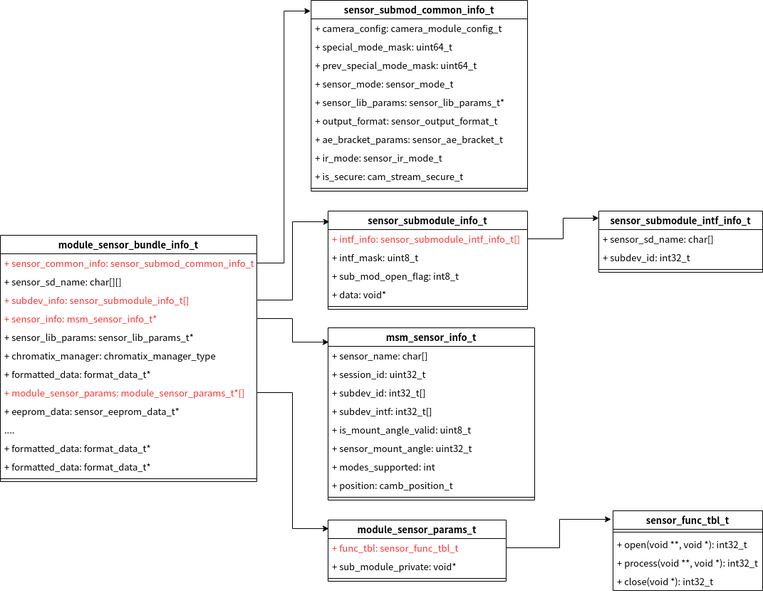
Before: qcom module_sensor_bundle_info_t.png, a diagram exported from draw.io (zhangmeizhen/test2). Source tidied: cells renumbered, new cells last; positions are measured from the earlier drawing's top-left corner, leaving out a move shared by most shapes.
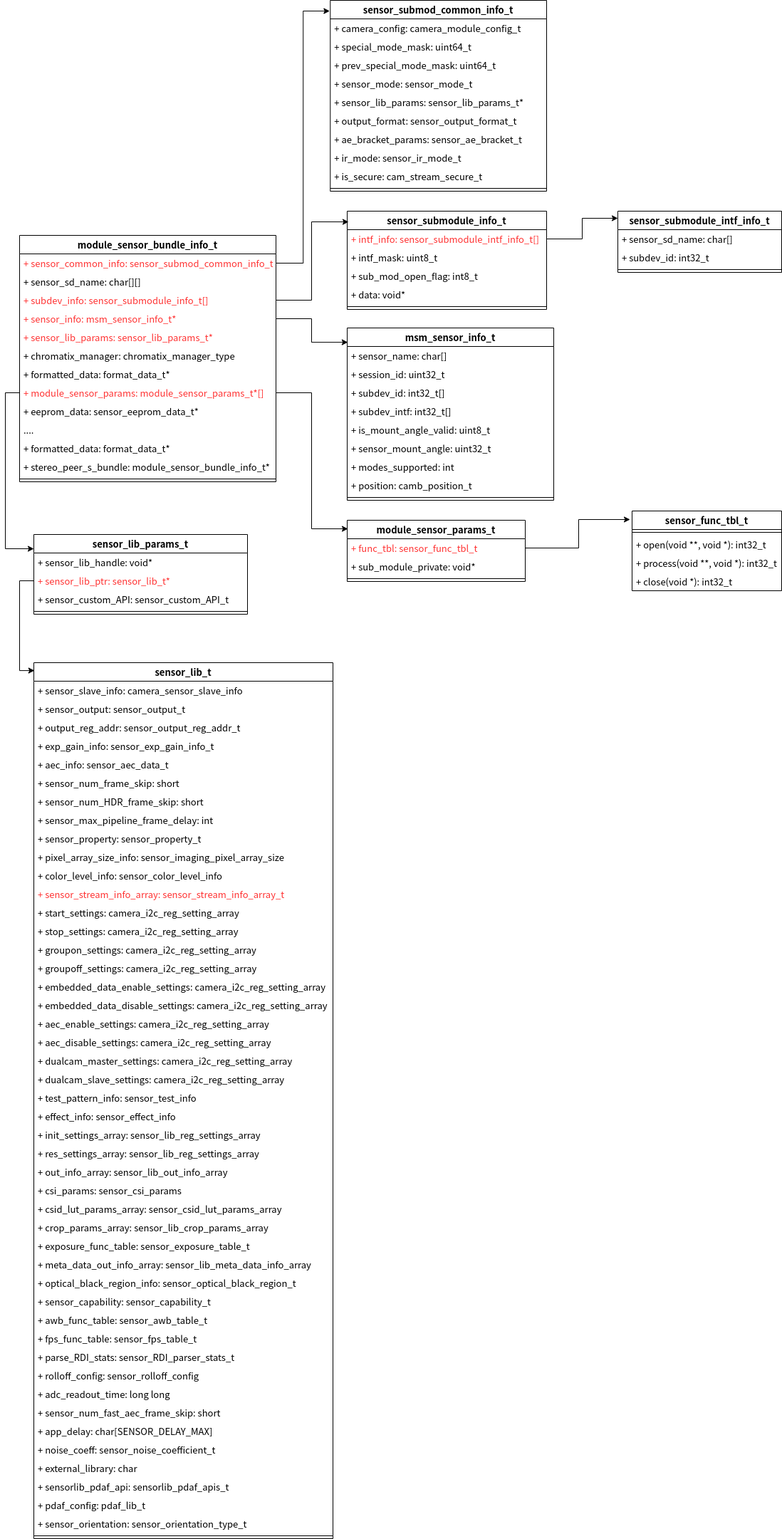
After the commit.

Change to the diagram source:
```diff
@@ -17,7 +17,7 @@
     <mxCell id="6" value="+ sensor_info: msm_sensor_info_t*" style="text;strokeColor=none;fillColor=none;align=left;verticalAlign=top;spacingLeft=4;spacingRight=4;overflow=hidden;points=[[0,0.5],[1,0.5]];portConstraint=eastwest;fontSize=13;fontColor=#FF3333;" parent="2" vertex="1">
       <mxGeometry y="104" width="360" height="26" as="geometry" />
     </mxCell>
-    <mxCell id="7" value="+ sensor_lib_params: sensor_lib_params_t*" style="text;strokeColor=none;fillColor=none;align=left;verticalAlign=top;spacingLeft=4;spacingRight=4;overflow=hidden;fontSize=13;" parent="2" vertex="1">
+    <mxCell id="7" value="+ sensor_lib_params: sensor_lib_params_t*" style="text;strokeColor=none;fillColor=none;align=left;verticalAlign=top;spacingLeft=4;spacingRight=4;overflow=hidden;fontSize=13;fontColor=#FF3333;" parent="2" vertex="1">
       <mxGeometry y="130" width="360" height="26" as="geometry" />
     </mxCell>
     <mxCell id="8" value="+ chromatix_manager: chromatix_manager_type" style="text;strokeColor=none;fillColor=none;align=left;verticalAlign=top;spacingLeft=4;spacingRight=4;overflow=hidden;fontSize=13;" parent="2" vertex="1">
@@ -38,7 +38,7 @@
     <mxCell id="13" value="+ formatted_data: format_data_t*" style="text;strokeColor=none;fillColor=none;align=left;verticalAlign=top;spacingLeft=4;spacingRight=4;overflow=hidden;fontSize=13;" parent="2" vertex="1">
       <mxGeometry y="286" width="360" height="26" as="geometry" />
     </mxCell>
-    <mxCell id="14" value="+ formatted_data: format_data_t*" style="text;strokeColor=none;fillColor=none;align=left;verticalAlign=top;spacingLeft=4;spacingRight=4;overflow=hidden;fontSize=13;" parent="2" vertex="1">
+    <mxCell id="14" value="+ stereo_peer_s_bundle: module_sensor_bundle_info_t*" style="text;strokeColor=none;fillColor=none;align=left;verticalAlign=top;spacingLeft=4;spacingRight=4;overflow=hidden;fontSize=13;" parent="2" vertex="1">
       <mxGeometry y="312" width="360" height="26" as="geometry" />
     </mxCell>
     <mxCell id="15" style="line;strokeWidth=1;fillColor=none;align=left;verticalAlign=middle;spacingTop=-1;spacingLeft=3;spacingRight=3;labelPosition=right;fontSize=13;" parent="2" vertex="1">
@@ -182,5 +182,175 @@
     <mxCell id="61" style="edgeStyle=orthogonalEdgeStyle;rounded=0;jettySize=auto;html=1;entryX=-0.003;entryY=0.056;entryDx=0;entryDy=0;entryPerimeter=0;fontSize=13;fontColor=#FF3333;" parent="1" edge="1" source="3" target="50">
       <mxGeometry relative="1" as="geometry" />
     </mxCell>
+    <mxCell id="62" value="sensor_lib_params_t" style="swimlane;fontStyle=1;align=center;verticalAlign=top;horizontal=1;startSize=26;fontSize=13;fontColor=#000000;" parent="1" vertex="1">
+      <mxGeometry x="20" y="750" width="300" height="112" as="geometry" />
+    </mxCell>
+    <mxCell id="63" value="+ sensor_lib_handle: void*" style="text;strokeColor=none;fillColor=none;align=left;verticalAlign=top;spacingLeft=4;spacingRight=4;overflow=hidden;fontSize=13;fontColor=#000000;" parent="62" vertex="1">
+      <mxGeometry y="26" width="300" height="26" as="geometry" />
+    </mxCell>
+    <mxCell id="64" value="+ sensor_lib_ptr: sensor_lib_t*" style="text;strokeColor=none;fillColor=none;align=left;verticalAlign=top;spacingLeft=4;spacingRight=4;overflow=hidden;points=[[0,0.5],[1,0.5]];portConstraint=eastwest;fontSize=13;fontColor=#FF3333;" parent="62" vertex="1">
+      <mxGeometry y="52" width="300" height="26" as="geometry" />
+    </mxCell>
+    <mxCell id="65" value="+ sensor_custom_API: sensor_custom_API_t" style="text;strokeColor=none;fillColor=none;align=left;verticalAlign=top;spacingLeft=4;spacingRight=4;overflow=hidden;fontSize=13;fontColor=#000000;" parent="62" vertex="1">
+      <mxGeometry y="78" width="300" height="26" as="geometry" />
+    </mxCell>
+    <mxCell id="66" style="line;strokeWidth=1;fillColor=none;align=left;verticalAlign=middle;spacingTop=-1;spacingLeft=3;spacingRight=3;labelPosition=right;fontSize=13;fontColor=#000000;" parent="62" vertex="1">
+      <mxGeometry y="104" width="300" height="8" as="geometry" />
+    </mxCell>
+    <mxCell id="67" style="edgeStyle=orthogonalEdgeStyle;rounded=0;jettySize=auto;html=1;entryX=0;entryY=0.179;entryDx=0;entryDy=0;entryPerimeter=0;fontSize=13;fontColor=#000000;" parent="1" edge="1" source="10" target="62">
+      <mxGeometry relative="1" as="geometry" />
+    </mxCell>
+    <mxCell id="68" value="sensor_lib_t" style="swimlane;fontStyle=1;align=center;verticalAlign=top;horizontal=1;startSize=26;fontSize=13;fontColor=#000000;" parent="1" vertex="1">
+      <mxGeometry x="20" y="930" width="420" height="1230" as="geometry" />
+    </mxCell>
+    <mxCell id="69" value="+ sensor_slave_info: camera_sensor_slave_info" style="text;strokeColor=none;fillColor=none;align=left;verticalAlign=top;spacingLeft=4;spacingRight=4;overflow=hidden;fontSize=13;fontColor=#000000;" parent="68" vertex="1">
+      <mxGeometry y="26" width="420" height="26" as="geometry" />
+    </mxCell>
+    <mxCell id="70" value="+ sensor_output: sensor_output_t" style="text;strokeColor=none;fillColor=none;align=left;verticalAlign=top;spacingLeft=4;spacingRight=4;overflow=hidden;fontSize=13;fontColor=#000000;" parent="68" vertex="1">
+      <mxGeometry y="52" width="420" height="26" as="geometry" />
+    </mxCell>
+    <mxCell id="71" value="+ output_reg_addr: sensor_output_reg_addr_t" style="text;strokeColor=none;fillColor=none;align=left;verticalAlign=top;spacingLeft=4;spacingRight=4;overflow=hidden;fontSize=13;fontColor=#000000;" parent="68" vertex="1">
+      <mxGeometry y="78" width="420" height="26" as="geometry" />
+    </mxCell>
+    <mxCell id="72" value="+ exp_gain_info: sensor_exp_gain_info_t" style="text;strokeColor=none;fillColor=none;align=left;verticalAlign=top;spacingLeft=4;spacingRight=4;overflow=hidden;fontSize=13;fontColor=#000000;" parent="68" vertex="1">
+      <mxGeometry y="104" width="420" height="26" as="geometry" />
+    </mxCell>
+    <mxCell id="73" value="+ aec_info: sensor_aec_data_t" style="text;strokeColor=none;fillColor=none;align=left;verticalAlign=top;spacingLeft=4;spacingRight=4;overflow=hidden;fontSize=13;fontColor=#000000;" parent="68" vertex="1">
+      <mxGeometry y="130" width="420" height="26" as="geometry" />
+    </mxCell>
+    <mxCell id="74" value="+ sensor_num_frame_skip: short" style="text;strokeColor=none;fillColor=none;align=left;verticalAlign=top;spacingLeft=4;spacingRight=4;overflow=hidden;fontSize=13;fontColor=#000000;" parent="68" vertex="1">
+      <mxGeometry y="156" width="420" height="26" as="geometry" />
+    </mxCell>
+    <mxCell id="75" value="+ sensor_num_HDR_frame_skip: short" style="text;strokeColor=none;fillColor=none;align=left;verticalAlign=top;spacingLeft=4;spacingRight=4;overflow=hidden;fontSize=13;fontColor=#000000;" parent="68" vertex="1">
+      <mxGeometry y="182" width="420" height="26" as="geometry" />
+    </mxCell>
+    <mxCell id="76" value="+ sensor_max_pipeline_frame_delay: int" style="text;strokeColor=none;fillColor=none;align=left;verticalAlign=top;spacingLeft=4;spacingRight=4;overflow=hidden;fontSize=13;fontColor=#000000;" parent="68" vertex="1">
+      <mxGeometry y="208" width="420" height="26" as="geometry" />
+    </mxCell>
+    <mxCell id="77" value="+ sensor_property: sensor_property_t" style="text;strokeColor=none;fillColor=none;align=left;verticalAlign=top;spacingLeft=4;spacingRight=4;overflow=hidden;fontSize=13;fontColor=#000000;" parent="68" vertex="1">
+      <mxGeometry y="234" width="420" height="26" as="geometry" />
+    </mxCell>
+    <mxCell id="78" value="+ pixel_array_size_info: sensor_imaging_pixel_array_size" style="text;strokeColor=none;fillColor=none;align=left;verticalAlign=top;spacingLeft=4;spacingRight=4;overflow=hidden;fontSize=13;fontColor=#000000;" parent="68" vertex="1">
+      <mxGeometry y="260" width="420" height="26" as="geometry" />
+    </mxCell>
+    <mxCell id="79" value="+ color_level_info: sensor_color_level_info" style="text;strokeColor=none;fillColor=none;align=left;verticalAlign=top;spacingLeft=4;spacingRight=4;overflow=hidden;fontSize=13;fontColor=#000000;" parent="68" vertex="1">
+      <mxGeometry y="286" width="420" height="26" as="geometry" />
+    </mxCell>
+    <mxCell id="80" value="+ sensor_stream_info_array: sensor_stream_info_array_t" style="text;strokeColor=none;fillColor=none;align=left;verticalAlign=top;spacingLeft=4;spacingRight=4;overflow=hidden;fontSize=13;fontColor=#FF3333;" parent="68" vertex="1">
+      <mxGeometry y="312" width="420" height="26" as="geometry" />
+    </mxCell>
+    <mxCell id="81" value="+ start_settings: camera_i2c_reg_setting_array" style="text;strokeColor=none;fillColor=none;align=left;verticalAlign=top;spacingLeft=4;spacingRight=4;overflow=hidden;fontSize=13;fontColor=#000000;" parent="68" vertex="1">
+      <mxGeometry y="338" width="420" height="26" as="geometry" />
+    </mxCell>
+    <mxCell id="82" value="+ stop_settings: camera_i2c_reg_setting_array" style="text;strokeColor=none;fillColor=none;align=left;verticalAlign=top;spacingLeft=4;spacingRight=4;overflow=hidden;fontSize=13;fontColor=#000000;" parent="68" vertex="1">
+      <mxGeometry y="364" width="420" height="26" as="geometry" />
+    </mxCell>
+    <mxCell id="83" value="+ groupon_settings: camera_i2c_reg_setting_array" style="text;strokeColor=none;fillColor=none;align=left;verticalAlign=top;spacingLeft=4;spacingRight=4;overflow=hidden;fontSize=13;fontColor=#000000;" parent="68" vertex="1">
+      <mxGeometry y="390" width="420" height="26" as="geometry" />
+    </mxCell>
+    <mxCell id="84" value="+ groupoff_settings: camera_i2c_reg_setting_array" style="text;strokeColor=none;fillColor=none;align=left;verticalAlign=top;spacingLeft=4;spacingRight=4;overflow=hidden;fontSize=13;fontColor=#000000;" parent="68" vertex="1">
+      <mxGeometry y="416" width="420" height="26" as="geometry" />
+    </mxCell>
+    <mxCell id="85" value="+ embedded_data_enable_settings: camera_i2c_reg_setting_array" style="text;strokeColor=none;fillColor=none;align=left;verticalAlign=top;spacingLeft=4;spacingRight=4;overflow=hidden;fontSize=13;fontColor=#000000;" parent="68" vertex="1">
+      <mxGeometry y="442" width="420" height="26" as="geometry" />
+    </mxCell>
+    <mxCell id="86" value="+ embedded_data_disable_settings: camera_i2c_reg_setting_array" style="text;strokeColor=none;fillColor=none;align=left;verticalAlign=top;spacingLeft=4;spacingRight=4;overflow=hidden;fontSize=13;fontColor=#000000;" parent="68" vertex="1">
+      <mxGeometry y="468" width="420" height="26" as="geometry" />
+    </mxCell>
+    <mxCell id="87" value="+ aec_enable_settings: camera_i2c_reg_setting_array" style="text;strokeColor=none;fillColor=none;align=left;verticalAlign=top;spacingLeft=4;spacingRight=4;overflow=hidden;fontSize=13;fontColor=#000000;" parent="68" vertex="1">
+      <mxGeometry y="494" width="420" height="26" as="geometry" />
+    </mxCell>
+    <mxCell id="88" value="+ aec_disable_settings: camera_i2c_reg_setting_array" style="text;strokeColor=none;fillColor=none;align=left;verticalAlign=top;spacingLeft=4;spacingRight=4;overflow=hidden;fontSize=13;fontColor=#000000;" parent="68" vertex="1">
+      <mxGeometry y="520" width="420" height="26" as="geometry" />
+    </mxCell>
+    <mxCell id="89" value="+ dualcam_master_settings: camera_i2c_reg_setting_array" style="text;strokeColor=none;fillColor=none;align=left;verticalAlign=top;spacingLeft=4;spacingRight=4;overflow=hidden;fontSize=13;fontColor=#000000;" parent="68" vertex="1">
+      <mxGeometry y="546" width="420" height="26" as="geometry" />
+    </mxCell>
+    <mxCell id="90" value="+ dualcam_slave_settings: camera_i2c_reg_setting_array" style="text;strokeColor=none;fillColor=none;align=left;verticalAlign=top;spacingLeft=4;spacingRight=4;overflow=hidden;fontSize=13;fontColor=#000000;" parent="68" vertex="1">
+      <mxGeometry y="572" width="420" height="26" as="geometry" />
+    </mxCell>
+    <mxCell id="91" value="+ test_pattern_info: sensor_test_info" style="text;strokeColor=none;fillColor=none;align=left;verticalAlign=top;spacingLeft=4;spacingRight=4;overflow=hidden;fontSize=13;fontColor=#000000;" parent="68" vertex="1">
+      <mxGeometry y="598" width="420" height="26" as="geometry" />
+    </mxCell>
+    <mxCell id="92" value="+ effect_info: sensor_effect_info" style="text;strokeColor=none;fillColor=none;align=left;verticalAlign=top;spacingLeft=4;spacingRight=4;overflow=hidden;fontSize=13;fontColor=#000000;" parent="68" vertex="1">
+      <mxGeometry y="624" width="420" height="26" as="geometry" />
+    </mxCell>
+    <mxCell id="93" value="+ init_settings_array: sensor_lib_reg_settings_array" style="text;strokeColor=none;fillColor=none;align=left;verticalAlign=top;spacingLeft=4;spacingRight=4;overflow=hidden;fontSize=13;fontColor=#000000;" parent="68" vertex="1">
+      <mxGeometry y="650" width="420" height="26" as="geometry" />
+    </mxCell>
+    <mxCell id="94" value="+ res_settings_array: sensor_lib_reg_settings_array" style="text;strokeColor=none;fillColor=none;align=left;verticalAlign=top;spacingLeft=4;spacingRight=4;overflow=hidden;fontSize=13;fontColor=#000000;" parent="68" vertex="1">
+      <mxGeometry y="676" width="420" height="26" as="geometry" />
+    </mxCell>
+    <mxCell id="95" value="+ out_info_array: sensor_lib_out_info_array" style="text;strokeColor=none;fillColor=none;align=left;verticalAlign=top;spacingLeft=4;spacingRight=4;overflow=hidden;fontSize=13;fontColor=#000000;" parent="68" vertex="1">
+      <mxGeometry y="702" width="420" height="26" as="geometry" />
+    </mxCell>
+    <mxCell id="96" value="+ csi_params: sensor_csi_params" style="text;strokeColor=none;fillColor=none;align=left;verticalAlign=top;spacingLeft=4;spacingRight=4;overflow=hidden;fontSize=13;fontColor=#000000;" parent="68" vertex="1">
+      <mxGeometry y="728" width="420" height="26" as="geometry" />
+    </mxCell>
+    <mxCell id="97" value="+ csid_lut_params_array: sensor_csid_lut_params_array" style="text;strokeColor=none;fillColor=none;align=left;verticalAlign=top;spacingLeft=4;spacingRight=4;overflow=hidden;fontSize=13;fontColor=#000000;" parent="68" vertex="1">
+      <mxGeometry y="754" width="420" height="26" as="geometry" />
+    </mxCell>
+    <mxCell id="98" value="+ crop_params_array: sensor_lib_crop_params_array" style="text;strokeColor=none;fillColor=none;align=left;verticalAlign=top;spacingLeft=4;spacingRight=4;overflow=hidden;fontSize=13;fontColor=#000000;" parent="68" vertex="1">
+      <mxGeometry y="780" width="420" height="26" as="geometry" />
+    </mxCell>
+    <mxCell id="99" value="+ exposure_func_table: sensor_exposure_table_t" style="text;strokeColor=none;fillColor=none;align=left;verticalAlign=top;spacingLeft=4;spacingRight=4;overflow=hidden;fontSize=13;fontColor=#000000;" parent="68" vertex="1">
+      <mxGeometry y="806" width="420" height="26" as="geometry" />
+    </mxCell>
+    <mxCell id="100" value="+ meta_data_out_info_array: sensor_lib_meta_data_info_array" style="text;strokeColor=none;fillColor=none;align=left;verticalAlign=top;spacingLeft=4;spacingRight=4;overflow=hidden;fontSize=13;fontColor=#000000;" parent="68" vertex="1">
+      <mxGeometry y="832" width="420" height="26" as="geometry" />
+    </mxCell>
+    <mxCell id="101" value="+ optical_black_region_info: sensor_optical_black_region_t" style="text;strokeColor=none;fillColor=none;align=left;verticalAlign=top;spacingLeft=4;spacingRight=4;overflow=hidden;fontSize=13;fontColor=#000000;" parent="68" vertex="1">
+      <mxGeometry y="858" width="420" height="26" as="geometry" />
+    </mxCell>
+    <mxCell id="102" value="+ sensor_capability: sensor_capability_t" style="text;strokeColor=none;fillColor=none;align=left;verticalAlign=top;spacingLeft=4;spacingRight=4;overflow=hidden;fontSize=13;fontColor=#000000;" parent="68" vertex="1">
+      <mxGeometry y="884" width="420" height="26" as="geometry" />
+    </mxCell>
+    <mxCell id="103" value="+ awb_func_table: sensor_awb_table_t" style="text;strokeColor=none;fillColor=none;align=left;verticalAlign=top;spacingLeft=4;spacingRight=4;overflow=hidden;fontSize=13;fontColor=#000000;" parent="68" vertex="1">
+      <mxGeometry y="910" width="420" height="26" as="geometry" />
+    </mxCell>
+    <mxCell id="104" value="+ fps_func_table: sensor_fps_table_t" style="text;strokeColor=none;fillColor=none;align=left;verticalAlign=top;spacingLeft=4;spacingRight=4;overflow=hidden;fontSize=13;fontColor=#000000;" parent="68" vertex="1">
+      <mxGeometry y="936" width="420" height="26" as="geometry" />
+    </mxCell>
+    <mxCell id="105" value="+ parse_RDI_stats: sensor_RDI_parser_stats_t" style="text;strokeColor=none;fillColor=none;align=left;verticalAlign=top;spacingLeft=4;spacingRight=4;overflow=hidden;fontSize=13;fontColor=#000000;" parent="68" vertex="1">
+      <mxGeometry y="962" width="420" height="26" as="geometry" />
+    </mxCell>
+    <mxCell id="106" value="+ rolloff_config: sensor_rolloff_config" style="text;strokeColor=none;fillColor=none;align=left;verticalAlign=top;spacingLeft=4;spacingRight=4;overflow=hidden;fontSize=13;fontColor=#000000;" parent="68" vertex="1">
+      <mxGeometry y="988" width="420" height="26" as="geometry" />
+    </mxCell>
+    <mxCell id="107" value="+ adc_readout_time: long long " style="text;strokeColor=none;fillColor=none;align=left;verticalAlign=top;spacingLeft=4;spacingRight=4;overflow=hidden;fontSize=13;fontColor=#000000;" parent="68" vertex="1">
+      <mxGeometry y="1014" width="420" height="26" as="geometry" />
+    </mxCell>
+    <mxCell id="108" value="+ sensor_num_fast_aec_frame_skip: short" style="text;strokeColor=none;fillColor=none;align=left;verticalAlign=top;spacingLeft=4;spacingRight=4;overflow=hidden;fontSize=13;fontColor=#000000;" parent="68" vertex="1">
+      <mxGeometry y="1040" width="420" height="26" as="geometry" />
+    </mxCell>
+    <mxCell id="109" value="+ app_delay: char[SENSOR_DELAY_MAX]" style="text;strokeColor=none;fillColor=none;align=left;verticalAlign=top;spacingLeft=4;spacingRight=4;overflow=hidden;fontSize=13;fontColor=#000000;" parent="68" vertex="1">
+      <mxGeometry y="1066" width="420" height="26" as="geometry" />
+    </mxCell>
+    <mxCell id="110" value="+ noise_coeff: sensor_noise_coefficient_t" style="text;strokeColor=none;fillColor=none;align=left;verticalAlign=top;spacingLeft=4;spacingRight=4;overflow=hidden;fontSize=13;fontColor=#000000;" parent="68" vertex="1">
+      <mxGeometry y="1092" width="420" height="26" as="geometry" />
+    </mxCell>
+    <mxCell id="111" value="+ external_library: char" style="text;strokeColor=none;fillColor=none;align=left;verticalAlign=top;spacingLeft=4;spacingRight=4;overflow=hidden;fontSize=13;fontColor=#000000;" parent="68" vertex="1">
+      <mxGeometry y="1118" width="420" height="26" as="geometry" />
+    </mxCell>
+    <mxCell id="112" value="+ sensorlib_pdaf_api: sensorlib_pdaf_apis_t" style="text;strokeColor=none;fillColor=none;align=left;verticalAlign=top;spacingLeft=4;spacingRight=4;overflow=hidden;fontSize=13;fontColor=#000000;" parent="68" vertex="1">
+      <mxGeometry y="1144" width="420" height="26" as="geometry" />
+    </mxCell>
+    <mxCell id="113" value="+ pdaf_config: pdaf_lib_t" style="text;strokeColor=none;fillColor=none;align=left;verticalAlign=top;spacingLeft=4;spacingRight=4;overflow=hidden;fontSize=13;fontColor=#000000;" parent="68" vertex="1">
+      <mxGeometry y="1170" width="420" height="26" as="geometry" />
+    </mxCell>
+    <mxCell id="114" value="+ sensor_orientation: sensor_orientation_type_t" style="text;strokeColor=none;fillColor=none;align=left;verticalAlign=top;spacingLeft=4;spacingRight=4;overflow=hidden;fontSize=13;fontColor=#000000;" parent="68" vertex="1">
+      <mxGeometry y="1196" width="420" height="26" as="geometry" />
+    </mxCell>
+    <mxCell id="115" style="line;strokeWidth=1;fillColor=none;align=left;verticalAlign=middle;spacingTop=-1;spacingLeft=3;spacingRight=3;labelPosition=right;fontSize=13;fontColor=#000000;" parent="68" vertex="1">
+      <mxGeometry y="1222" width="420" height="8" as="geometry" />
+    </mxCell>
+    <mxCell id="116" style="edgeStyle=orthogonalEdgeStyle;rounded=0;jettySize=auto;html=1;entryX=0.002;entryY=0.009;entryDx=0;entryDy=0;entryPerimeter=0;fontSize=13;fontColor=#FF3333;" parent="1" edge="1" source="64" target="68">
+      <mxGeometry relative="1" as="geometry">
+        <Array as="points">
+          <mxPoint y="815" />
+          <mxPoint y="941" />
+        </Array>
+      </mxGeometry>
+    </mxCell>
   </root>
 </mxGraphModel>
```
